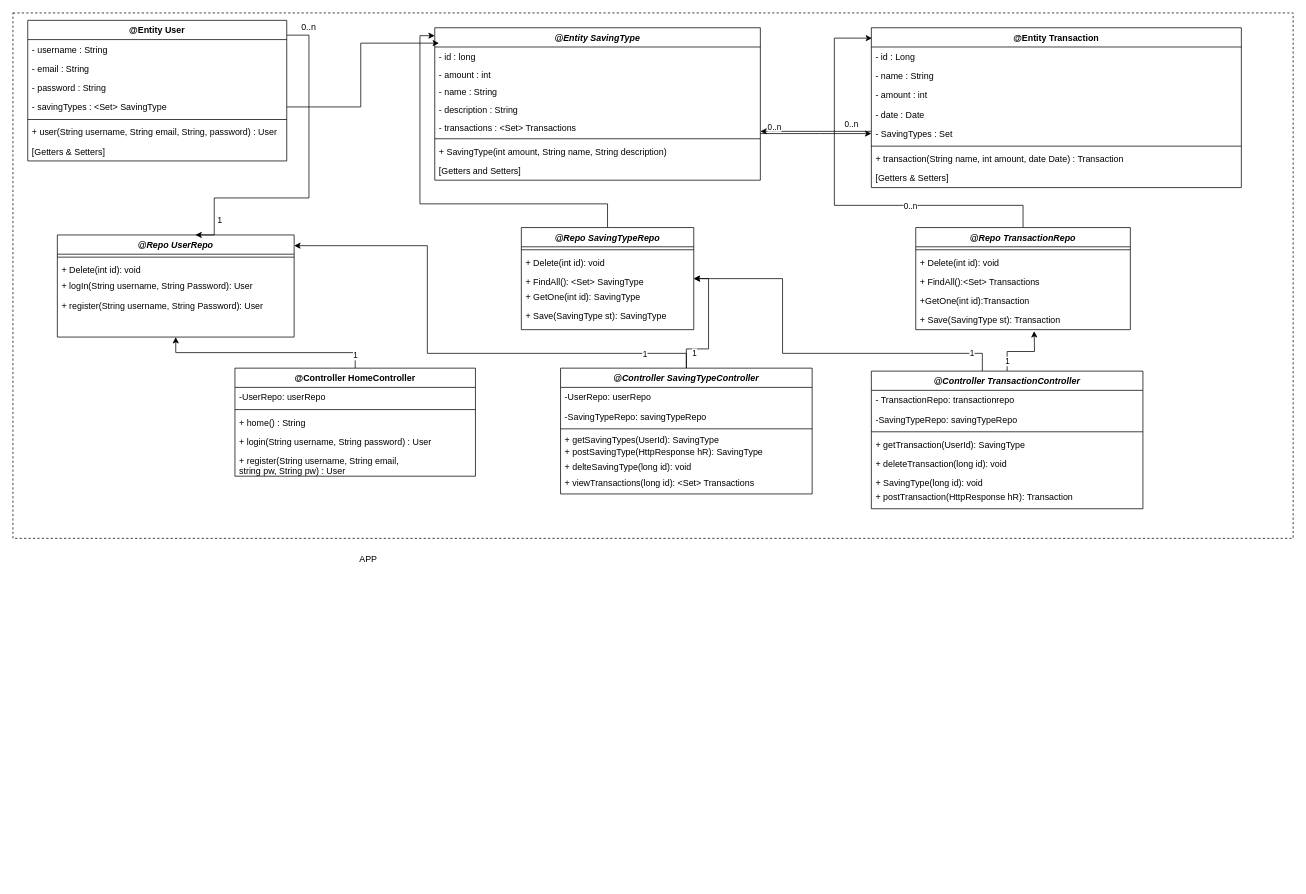
bhs15/BaraSpara-Hopur19 keeps this draw.io diagram as DIAGRAMS-verkefni-2/UMLCLASS.drawio. Above is the earlier version. Source tidied: cells renumbered, new cells numbered last; positions are measured from the earlier drawing's top-left corner, leaving out a move shared by most shapes. Both pictures are drawn from the tidied source at 74%, with x=0, y=0 at pixel (13, 13).
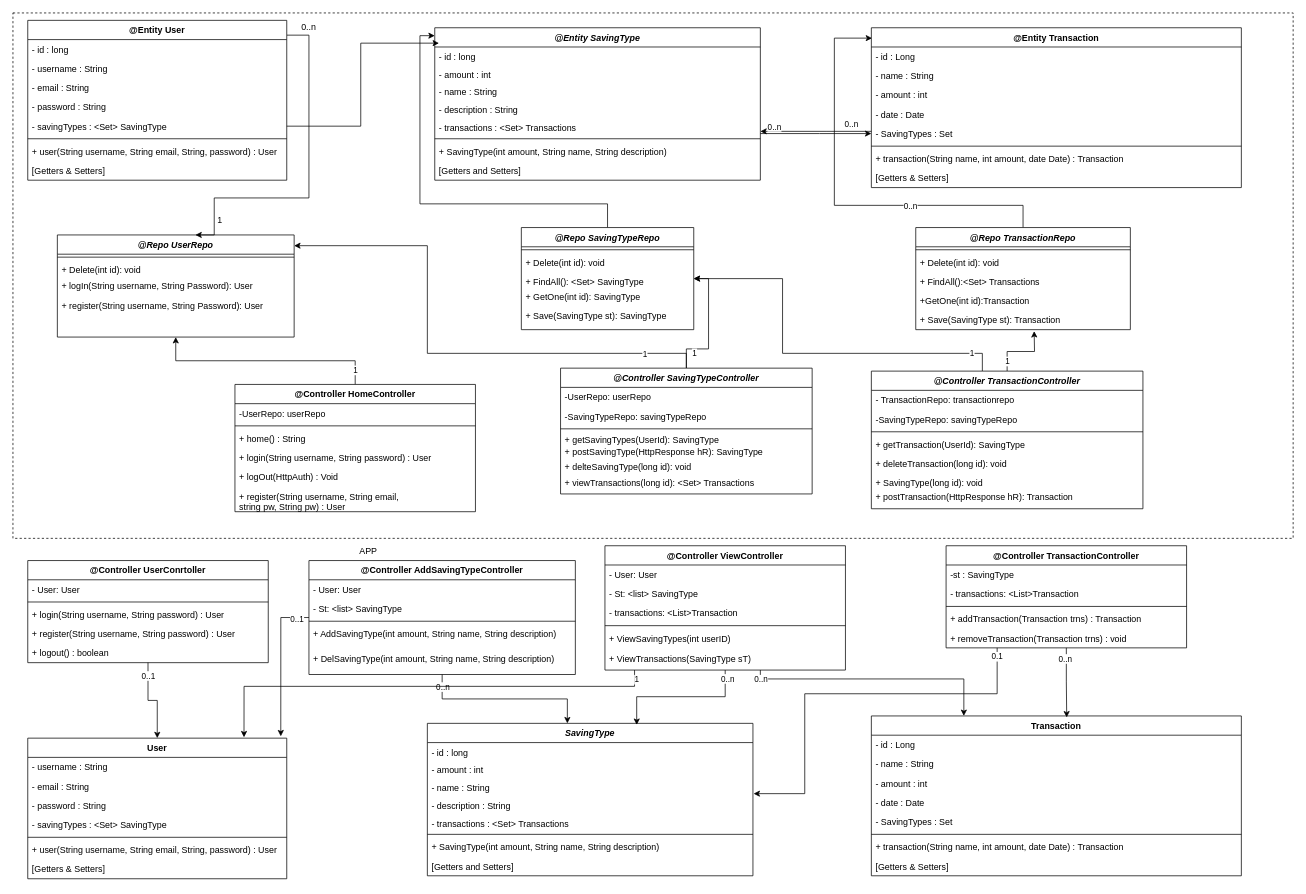
The same page after the edit.

Change to the diagram source:
```diff
@@
     <mxCell id="3" value="&lt;div&gt;APP&lt;/div&gt;&lt;div&gt;&lt;br&gt;&lt;/div&gt;" style="text;html=1;align=center;verticalAlign=middle;" parent="1" vertex="1">
-      <mxGeometry x="460" y="730" width="40" height="30" as="geometry" />
+      <mxGeometry x="460" y="720" width="40" height="30" as="geometry" />
     </mxCell>
@@
     <mxCell id="47" value="@Controller HomeController" style="swimlane;fontStyle=1;align=center;verticalAlign=top;horizontal=1;startSize=26;" parent="1" vertex="1">
-      <mxGeometry x="300" y="480" width="325" height="146" as="geometry" />
+      <mxGeometry x="300" y="502" width="325" height="172" as="geometry" />
     </mxCell>
@@
+    <mxCell id="90" value="+ logOut(HttpAuth) : Void" style="text;strokeColor=none;fillColor=none;align=left;verticalAlign=top;spacingLeft=4;spacingRight=4;overflow=hidden;" parent="47" vertex="1">
+      <mxGeometry y="112" width="325" height="26" as="geometry" />
+    </mxCell>
     <mxCell id="52" value="+ register(String username, String email, &#10;string pw, String pw) : User" style="text;strokeColor=none;fillColor=none;align=left;verticalAlign=top;spacingLeft=4;spacingRight=4;overflow=hidden;" parent="47" vertex="1">
-      <mxGeometry y="112" width="325" height="34" as="geometry" />
+      <mxGeometry y="138" width="325" height="34" as="geometry" />
     </mxCell>
@@
     <mxCell id="54" value="@Entity User" style="swimlane;fontStyle=1;align=center;verticalAlign=top;horizontal=1;startSize=26;" parent="1" vertex="1">
-      <mxGeometry x="20" y="10" width="350" height="190" as="geometry" />
+      <mxGeometry x="20" y="10" width="350" height="216" as="geometry" />
     </mxCell>
+    <mxCell id="91" value="- id : long" style="text;strokeColor=none;fillColor=none;align=left;verticalAlign=top;spacingLeft=4;spacingRight=4;overflow=hidden;" parent="54" vertex="1">
+      <mxGeometry y="26" width="350" height="26" as="geometry" />
+    </mxCell>
     <mxCell id="55" value="- username : String" style="text;strokeColor=none;fillColor=none;align=left;verticalAlign=top;spacingLeft=4;spacingRight=4;overflow=hidden;" parent="54" vertex="1">
-      <mxGeometry y="26" width="350" height="26" as="geometry" />
+      <mxGeometry y="52" width="350" height="26" as="geometry" />
     </mxCell>
     <mxCell id="56" value="- email : String" style="text;strokeColor=none;fillColor=none;align=left;verticalAlign=top;spacingLeft=4;spacingRight=4;overflow=hidden;" parent="54" vertex="1">
-      <mxGeometry y="52" width="350" height="26" as="geometry" />
+      <mxGeometry y="78" width="350" height="26" as="geometry" />
     </mxCell>
     <mxCell id="57" value="- password : String" style="text;strokeColor=none;fillColor=none;align=left;verticalAlign=top;spacingLeft=4;spacingRight=4;overflow=hidden;" parent="54" vertex="1">
-      <mxGeometry y="78" width="350" height="26" as="geometry" />
+      <mxGeometry y="104" width="350" height="26" as="geometry" />
     </mxCell>
     <mxCell id="58" value="- savingTypes : &lt;Set&gt; SavingType" style="text;strokeColor=none;fillColor=none;align=left;verticalAlign=top;spacingLeft=4;spacingRight=4;overflow=hidden;points=[[0,0.5],[1,0.5]];portConstraint=eastwest;" parent="54" vertex="1">
-      <mxGeometry y="104" width="350" height="26" as="geometry" />
+      <mxGeometry y="130" width="350" height="26" as="geometry" />
     </mxCell>
     <mxCell id="59" style="line;strokeWidth=1;fillColor=none;align=left;verticalAlign=middle;spacingTop=-1;spacingLeft=3;spacingRight=3;labelPosition=right;" parent="54" vertex="1">
-      <mxGeometry y="130" width="350" height="8" as="geometry" />
+      <mxGeometry y="156" width="350" height="8" as="geometry" />
     </mxCell>
     <mxCell id="60" value="+ user(String username, String email, String, password) : User" style="text;strokeColor=none;fillColor=none;align=left;verticalAlign=top;spacingLeft=4;spacingRight=4;overflow=hidden;" parent="54" vertex="1">
-      <mxGeometry y="138" width="350" height="26" as="geometry" />
+      <mxGeometry y="164" width="350" height="26" as="geometry" />
     </mxCell>
     <mxCell id="61" value="[Getters &amp; Setters]" style="text;strokeColor=none;fillColor=none;align=left;verticalAlign=top;spacingLeft=4;spacingRight=4;overflow=hidden;" parent="54" vertex="1">
-      <mxGeometry y="164" width="350" height="26" as="geometry" />
+      <mxGeometry y="190" width="350" height="26" as="geometry" />
     </mxCell>
@@
+    <mxCell id="92" value="SavingType" style="swimlane;fontStyle=3;align=center;verticalAlign=top;horizontal=1;startSize=26;rounded=0;shadow=0;strokeWidth=1;" parent="1" vertex="1">
+      <mxGeometry x="560" y="960" width="440" height="206" as="geometry" />
+    </mxCell>
+    <mxCell id="93" value="- id : long" style="text;align=left;verticalAlign=top;spacingLeft=4;spacingRight=4;overflow=hidden;" parent="92" vertex="1">
+      <mxGeometry y="26" width="440" height="24" as="geometry" />
+    </mxCell>
+    <mxCell id="94" value="- amount : int" style="text;align=left;verticalAlign=top;spacingLeft=4;spacingRight=4;overflow=hidden;" parent="92" vertex="1">
+      <mxGeometry y="50" width="440" height="24" as="geometry" />
+    </mxCell>
+    <mxCell id="95" value="- name : String" style="text;align=left;verticalAlign=top;spacingLeft=4;spacingRight=4;overflow=hidden;" parent="92" vertex="1">
+      <mxGeometry y="74" width="440" height="24" as="geometry" />
+    </mxCell>
+    <mxCell id="96" value="- description : String" style="text;align=left;verticalAlign=top;spacingLeft=4;spacingRight=4;overflow=hidden;points=[[0,0.5],[1,0.5]];portConstraint=eastwest;" parent="92" vertex="1">
+      <mxGeometry y="98" width="440" height="24" as="geometry" />
+    </mxCell>
+    <mxCell id="97" value="- transactions : &lt;Set&gt; Transactions" style="text;align=left;verticalAlign=top;spacingLeft=4;spacingRight=4;overflow=hidden;" parent="92" vertex="1">
+      <mxGeometry y="122" width="440" height="24" as="geometry" />
+    </mxCell>
+    <mxCell id="98" style="line;html=1;strokeWidth=1;align=left;verticalAlign=middle;spacingTop=-1;spacingLeft=3;spacingRight=3;labelPosition=right;" parent="92" vertex="1">
+      <mxGeometry y="146" width="440" height="8" as="geometry" />
+    </mxCell>
+    <mxCell id="99" value="+ SavingType(int amount, String name, String description)" style="text;align=left;verticalAlign=top;spacingLeft=4;spacingRight=4;overflow=hidden;" parent="92" vertex="1">
+      <mxGeometry y="154" width="440" height="26" as="geometry" />
+    </mxCell>
+    <mxCell id="100" value="[Getters and Setters]" style="text;align=left;verticalAlign=top;spacingLeft=4;spacingRight=4;overflow=hidden;" parent="92" vertex="1">
+      <mxGeometry y="180" width="440" height="26" as="geometry" />
+    </mxCell>
+    <mxCell id="101" value="User" style="swimlane;fontStyle=1;align=center;verticalAlign=top;horizontal=1;startSize=26;" parent="1" vertex="1">
+      <mxGeometry x="20" y="980" width="350" height="190" as="geometry" />
+    </mxCell>
+    <mxCell id="102" value="- username : String" style="text;strokeColor=none;fillColor=none;align=left;verticalAlign=top;spacingLeft=4;spacingRight=4;overflow=hidden;" parent="101" vertex="1">
+      <mxGeometry y="26" width="350" height="26" as="geometry" />
+    </mxCell>
+    <mxCell id="103" value="- email : String" style="text;strokeColor=none;fillColor=none;align=left;verticalAlign=top;spacingLeft=4;spacingRight=4;overflow=hidden;" parent="101" vertex="1">
+      <mxGeometry y="52" width="350" height="26" as="geometry" />
+    </mxCell>
+    <mxCell id="104" value="- password : String" style="text;strokeColor=none;fillColor=none;align=left;verticalAlign=top;spacingLeft=4;spacingRight=4;overflow=hidden;" parent="101" vertex="1">
+      <mxGeometry y="78" width="350" height="26" as="geometry" />
+    </mxCell>
+    <mxCell id="105" value="- savingTypes : &lt;Set&gt; SavingType" style="text;strokeColor=none;fillColor=none;align=left;verticalAlign=top;spacingLeft=4;spacingRight=4;overflow=hidden;" parent="101" vertex="1">
+      <mxGeometry y="104" width="350" height="26" as="geometry" />
+    </mxCell>
+    <mxCell id="106" style="line;strokeWidth=1;fillColor=none;align=left;verticalAlign=middle;spacingTop=-1;spacingLeft=3;spacingRight=3;labelPosition=right;" parent="101" vertex="1">
+      <mxGeometry y="130" width="350" height="8" as="geometry" />
+    </mxCell>
+    <mxCell id="107" value="+ user(String username, String email, String, password) : User" style="text;strokeColor=none;fillColor=none;align=left;verticalAlign=top;spacingLeft=4;spacingRight=4;overflow=hidden;" parent="101" vertex="1">
+      <mxGeometry y="138" width="350" height="26" as="geometry" />
+    </mxCell>
+    <mxCell id="108" value="[Getters &amp; Setters]" style="text;strokeColor=none;fillColor=none;align=left;verticalAlign=top;spacingLeft=4;spacingRight=4;overflow=hidden;" parent="101" vertex="1">
+      <mxGeometry y="164" width="350" height="26" as="geometry" />
+    </mxCell>
+    <mxCell id="109" value="Transaction" style="swimlane;fontStyle=1;align=center;verticalAlign=top;horizontal=1;startSize=26;" parent="1" vertex="1">
+      <mxGeometry x="1160" y="950" width="500" height="216" as="geometry" />
+    </mxCell>
+    <mxCell id="110" value="- id : Long" style="text;strokeColor=none;fillColor=none;align=left;verticalAlign=top;spacingLeft=4;spacingRight=4;overflow=hidden;" parent="109" vertex="1">
+      <mxGeometry y="26" width="500" height="26" as="geometry" />
+    </mxCell>
+    <mxCell id="111" value="- name : String" style="text;strokeColor=none;fillColor=none;align=left;verticalAlign=top;spacingLeft=4;spacingRight=4;overflow=hidden;" parent="109" vertex="1">
+      <mxGeometry y="52" width="500" height="26" as="geometry" />
+    </mxCell>
+    <mxCell id="112" value="- amount : int" style="text;strokeColor=none;fillColor=none;align=left;verticalAlign=top;spacingLeft=4;spacingRight=4;overflow=hidden;" parent="109" vertex="1">
+      <mxGeometry y="78" width="500" height="26" as="geometry" />
+    </mxCell>
+    <mxCell id="113" value="- date : Date" style="text;strokeColor=none;fillColor=none;align=left;verticalAlign=top;spacingLeft=4;spacingRight=4;overflow=hidden;" parent="109" vertex="1">
+      <mxGeometry y="104" width="500" height="26" as="geometry" />
+    </mxCell>
+    <mxCell id="114" value="- SavingTypes : Set" style="text;strokeColor=none;fillColor=none;align=left;verticalAlign=top;spacingLeft=4;spacingRight=4;overflow=hidden;" parent="109" vertex="1">
+      <mxGeometry y="130" width="500" height="26" as="geometry" />
+    </mxCell>
+    <mxCell id="115" style="line;strokeWidth=1;fillColor=none;align=left;verticalAlign=middle;spacingTop=-1;spacingLeft=3;spacingRight=3;labelPosition=right;" parent="109" vertex="1">
+      <mxGeometry y="156" width="500" height="8" as="geometry" />
+    </mxCell>
+    <mxCell id="116" value="+ transaction(String name, int amount, date Date) : Transaction" style="text;strokeColor=none;fillColor=none;align=left;verticalAlign=top;spacingLeft=4;spacingRight=4;overflow=hidden;" parent="109" vertex="1">
+      <mxGeometry y="164" width="500" height="26" as="geometry" />
+    </mxCell>
+    <mxCell id="117" value="[Getters &amp; Setters]" style="text;strokeColor=none;fillColor=none;align=left;verticalAlign=top;spacingLeft=4;spacingRight=4;overflow=hidden;" parent="109" vertex="1">
+      <mxGeometry y="190" width="500" height="26" as="geometry" />
+    </mxCell>
+    <mxCell id="118" style="edgeStyle=orthogonalEdgeStyle;rounded=0;jettySize=auto;html=1;entryX=0.5;entryY=0;entryDx=0;entryDy=0;" parent="1" edge="1" source="120" target="101">
+      <mxGeometry relative="1" as="geometry" />
+    </mxCell>
+    <mxCell id="119" value="0..1" style="edgeLabel;html=1;align=center;verticalAlign=middle;" parent="118" vertex="1">
+      <mxGeometry x="-0.7" relative="1" as="geometry" />
+    </mxCell>
+    <mxCell id="120" value="@Controller UserConrtoller" style="swimlane;fontStyle=1;align=center;verticalAlign=top;horizontal=1;startSize=26;" parent="1" vertex="1">
+      <mxGeometry x="20" y="740" width="325" height="138" as="geometry" />
+    </mxCell>
+    <mxCell id="121" value="- User: User" style="text;align=left;verticalAlign=top;spacingLeft=4;spacingRight=4;overflow=hidden;rounded=0;shadow=0;html=0;" parent="120" vertex="1">
+      <mxGeometry y="26" width="325" height="26" as="geometry" />
+    </mxCell>
+    <mxCell id="122" style="line;strokeWidth=1;fillColor=none;align=left;verticalAlign=middle;spacingTop=-1;spacingLeft=3;spacingRight=3;labelPosition=right;" parent="120" vertex="1">
+      <mxGeometry y="52" width="325" height="8" as="geometry" />
+    </mxCell>
+    <mxCell id="123" value="+ login(String username, String password) : User" style="text;strokeColor=none;fillColor=none;align=left;verticalAlign=top;spacingLeft=4;spacingRight=4;overflow=hidden;" parent="120" vertex="1">
+      <mxGeometry y="60" width="325" height="26" as="geometry" />
+    </mxCell>
+    <mxCell id="124" value="+ register(String username, String password) : User" style="text;strokeColor=none;fillColor=none;align=left;verticalAlign=top;spacingLeft=4;spacingRight=4;overflow=hidden;" parent="120" vertex="1">
+      <mxGeometry y="86" width="325" height="26" as="geometry" />
+    </mxCell>
+    <mxCell id="125" value="+ logout() : boolean" style="text;strokeColor=none;fillColor=none;align=left;verticalAlign=top;spacingLeft=4;spacingRight=4;overflow=hidden;" parent="120" vertex="1">
+      <mxGeometry y="112" width="325" height="26" as="geometry" />
+    </mxCell>
+    <mxCell id="126" style="edgeStyle=orthogonalEdgeStyle;rounded=0;jettySize=auto;html=1;entryX=0.43;entryY=0;entryDx=0;entryDy=0;entryPerimeter=0;" parent="1" edge="1" source="130" target="92">
+      <mxGeometry relative="1" as="geometry" />
+    </mxCell>
+    <mxCell id="127" value="0..n" style="edgeLabel;html=1;align=center;verticalAlign=middle;" parent="126" vertex="1">
+      <mxGeometry x="-0.93" relative="1" as="geometry">
+        <mxPoint y="8.4" as="offset" />
+      </mxGeometry>
+    </mxCell>
+    <mxCell id="128" style="edgeStyle=orthogonalEdgeStyle;rounded=0;jettySize=auto;html=1;entryX=0.977;entryY=-0.013;entryDx=0;entryDy=0;entryPerimeter=0;" parent="1" edge="1" source="130" target="101">
+      <mxGeometry relative="1" as="geometry" />
+    </mxCell>
+    <mxCell id="129" value="0..1" style="edgeLabel;html=1;align=center;verticalAlign=middle;" parent="128" vertex="1">
+      <mxGeometry x="-0.83" y="1" relative="1" as="geometry" />
+    </mxCell>
+    <mxCell id="130" value="@Controller AddSavingTypeController" style="swimlane;fontStyle=1;align=center;verticalAlign=top;horizontal=1;startSize=26;" parent="1" vertex="1">
+      <mxGeometry x="400" y="740" width="360" height="154" as="geometry" />
+    </mxCell>
+    <mxCell id="131" value="- User: User" style="text;align=left;verticalAlign=top;spacingLeft=4;spacingRight=4;overflow=hidden;rounded=0;shadow=0;html=0;" parent="130" vertex="1">
+      <mxGeometry y="26" width="360" height="26" as="geometry" />
+    </mxCell>
+    <mxCell id="132" value="- St: &lt;list&gt; SavingType" style="text;align=left;verticalAlign=top;spacingLeft=4;spacingRight=4;overflow=hidden;rounded=0;shadow=0;html=0;" parent="130" vertex="1">
+      <mxGeometry y="52" width="360" height="26" as="geometry" />
+    </mxCell>
+    <mxCell id="133" style="line;strokeWidth=1;fillColor=none;align=left;verticalAlign=middle;spacingTop=-1;spacingLeft=3;spacingRight=3;labelPosition=right;" parent="130" vertex="1">
+      <mxGeometry y="78" width="360" height="8" as="geometry" />
+    </mxCell>
+    <mxCell id="134" value="+ AddSavingType(int amount, String name, String description)" style="text;strokeColor=none;fillColor=none;align=left;verticalAlign=top;spacingLeft=4;spacingRight=4;overflow=hidden;" parent="130" vertex="1">
+      <mxGeometry y="86" width="360" height="34" as="geometry" />
+    </mxCell>
+    <mxCell id="135" value="+ DelSavingType(int amount, String name, String description)" style="text;strokeColor=none;fillColor=none;align=left;verticalAlign=top;spacingLeft=4;spacingRight=4;overflow=hidden;" parent="130" vertex="1">
+      <mxGeometry y="120" width="360" height="34" as="geometry" />
+    </mxCell>
+    <mxCell id="136" style="edgeStyle=orthogonalEdgeStyle;rounded=0;jettySize=auto;html=1;entryX=0.528;entryY=0.009;entryDx=0;entryDy=0;entryPerimeter=0;" parent="1" edge="1" source="140" target="109">
+      <mxGeometry relative="1" as="geometry" />
+    </mxCell>
+    <mxCell id="137" value="0..n" style="edgeLabel;html=1;align=center;verticalAlign=middle;" parent="136" vertex="1">
+      <mxGeometry x="-0.7" y="-2" relative="1" as="geometry" />
+    </mxCell>
+    <mxCell id="138" style="edgeStyle=orthogonalEdgeStyle;rounded=0;jettySize=auto;html=1;entryX=1.002;entryY=-0.125;entryDx=0;entryDy=0;entryPerimeter=0;" parent="1" edge="1" source="140" target="96">
+      <mxGeometry relative="1" as="geometry">
+        <Array as="points">
+          <mxPoint x="1330" y="920" />
+          <mxPoint x="1070" y="920" />
+          <mxPoint x="1070" y="1055" />
+        </Array>
+      </mxGeometry>
+    </mxCell>
+    <mxCell id="139" value="0.1" style="edgeLabel;html=1;align=center;verticalAlign=middle;" parent="138" vertex="1">
+      <mxGeometry x="-0.96" y="-1" relative="1" as="geometry" />
+    </mxCell>
+    <mxCell id="140" value="@Controller TransactionController" style="swimlane;fontStyle=1;align=center;verticalAlign=top;horizontal=1;startSize=26;" parent="1" vertex="1">
+      <mxGeometry x="1261" y="720" width="325" height="138" as="geometry" />
+    </mxCell>
+    <mxCell id="141" value="-st : SavingType" style="text;align=left;verticalAlign=top;spacingLeft=4;spacingRight=4;overflow=hidden;rounded=0;shadow=0;html=0;" parent="140" vertex="1">
+      <mxGeometry y="26" width="325" height="26" as="geometry" />
+    </mxCell>
+    <mxCell id="142" value="- transactions: &lt;List&gt;Transaction" style="text;align=left;verticalAlign=top;spacingLeft=4;spacingRight=4;overflow=hidden;rounded=0;shadow=0;html=0;" parent="140" vertex="1">
+      <mxGeometry y="52" width="325" height="26" as="geometry" />
+    </mxCell>
+    <mxCell id="143" style="line;strokeWidth=1;fillColor=none;align=left;verticalAlign=middle;spacingTop=-1;spacingLeft=3;spacingRight=3;labelPosition=right;" parent="140" vertex="1">
+      <mxGeometry y="78" width="325" height="8" as="geometry" />
+    </mxCell>
+    <mxCell id="144" value="+ addTransaction(Transaction trns) : Transaction" style="text;strokeColor=none;fillColor=none;align=left;verticalAlign=top;spacingLeft=4;spacingRight=4;overflow=hidden;" parent="140" vertex="1">
+      <mxGeometry y="86" width="325" height="26" as="geometry" />
+    </mxCell>
+    <mxCell id="145" value="+ removeTransaction(Transaction trns) : void" style="text;strokeColor=none;fillColor=none;align=left;verticalAlign=top;spacingLeft=4;spacingRight=4;overflow=hidden;" parent="140" vertex="1">
+      <mxGeometry y="112" width="325" height="26" as="geometry" />
+    </mxCell>
+    <mxCell id="146" style="edgeStyle=orthogonalEdgeStyle;rounded=0;jettySize=auto;html=1;entryX=0.643;entryY=0.01;entryDx=0;entryDy=0;entryPerimeter=0;" parent="1" edge="1" source="152" target="92">
+      <mxGeometry relative="1" as="geometry" />
+    </mxCell>
+    <mxCell id="147" value="0..n" style="edgeLabel;html=1;align=center;verticalAlign=middle;" parent="146" vertex="1">
+      <mxGeometry x="-0.89" y="3" relative="1" as="geometry" />
+    </mxCell>
+    <mxCell id="148" style="edgeStyle=orthogonalEdgeStyle;rounded=0;jettySize=auto;html=1;entryX=0.25;entryY=0;entryDx=0;entryDy=0;" parent="1" edge="1" source="152" target="109">
+      <mxGeometry relative="1" as="geometry">
+        <Array as="points">
+          <mxPoint x="1010" y="900" />
+          <mxPoint x="1285" y="900" />
+        </Array>
+      </mxGeometry>
+    </mxCell>
+    <mxCell id="149" value="0..n" style="edgeLabel;html=1;align=center;verticalAlign=middle;" parent="148" vertex="1">
+      <mxGeometry x="-0.93" relative="1" as="geometry" />
+    </mxCell>
+    <mxCell id="150" style="edgeStyle=orthogonalEdgeStyle;rounded=0;jettySize=auto;html=1;entryX=0.835;entryY=-0.006;entryDx=0;entryDy=0;entryPerimeter=0;" parent="1" edge="1" source="152" target="101">
+      <mxGeometry relative="1" as="geometry">
+        <Array as="points">
+          <mxPoint x="840" y="910" />
+          <mxPoint x="312" y="910" />
+        </Array>
+      </mxGeometry>
+    </mxCell>
+    <mxCell id="151" value="1" style="edgeLabel;html=1;align=center;verticalAlign=middle;" parent="150" vertex="1">
+      <mxGeometry x="-0.96" y="2" relative="1" as="geometry" />
+    </mxCell>
+    <mxCell id="152" value="@Controller ViewController" style="swimlane;fontStyle=1;align=center;verticalAlign=top;horizontal=1;startSize=26;" parent="1" vertex="1">
+      <mxGeometry x="800" y="720" width="325" height="168" as="geometry" />
+    </mxCell>
+    <mxCell id="153" value="- User: User" style="text;align=left;verticalAlign=top;spacingLeft=4;spacingRight=4;overflow=hidden;rounded=0;shadow=0;html=0;" parent="152" vertex="1">
+      <mxGeometry y="26" width="325" height="26" as="geometry" />
+    </mxCell>
+    <mxCell id="154" value="- St: &lt;list&gt; SavingType" style="text;align=left;verticalAlign=top;spacingLeft=4;spacingRight=4;overflow=hidden;rounded=0;shadow=0;html=0;" parent="152" vertex="1">
+      <mxGeometry y="52" width="325" height="26" as="geometry" />
+    </mxCell>
+    <mxCell id="155" value="- transactions: &lt;List&gt;Transaction" style="text;align=left;verticalAlign=top;spacingLeft=4;spacingRight=4;overflow=hidden;rounded=0;shadow=0;html=0;" parent="152" vertex="1">
+      <mxGeometry y="78" width="325" height="26" as="geometry" />
+    </mxCell>
+    <mxCell id="156" style="line;strokeWidth=1;fillColor=none;align=left;verticalAlign=middle;spacingTop=-1;spacingLeft=3;spacingRight=3;labelPosition=right;" parent="152" vertex="1">
+      <mxGeometry y="104" width="325" height="8" as="geometry" />
+    </mxCell>
+    <mxCell id="157" value="+ ViewSavingTypes(int userID)&#10;&#10;" style="text;strokeColor=none;fillColor=none;align=left;verticalAlign=top;spacingLeft=4;spacingRight=4;overflow=hidden;" parent="152" vertex="1">
+      <mxGeometry y="112" width="325" height="28" as="geometry" />
+    </mxCell>
+    <mxCell id="158" value="+ ViewTransactions(SavingType sT)&#10;&#10;" style="text;strokeColor=none;fillColor=none;align=left;verticalAlign=top;spacingLeft=4;spacingRight=4;overflow=hidden;" parent="152" vertex="1">
+      <mxGeometry y="140" width="325" height="28" as="geometry" />
+    </mxCell>
```
